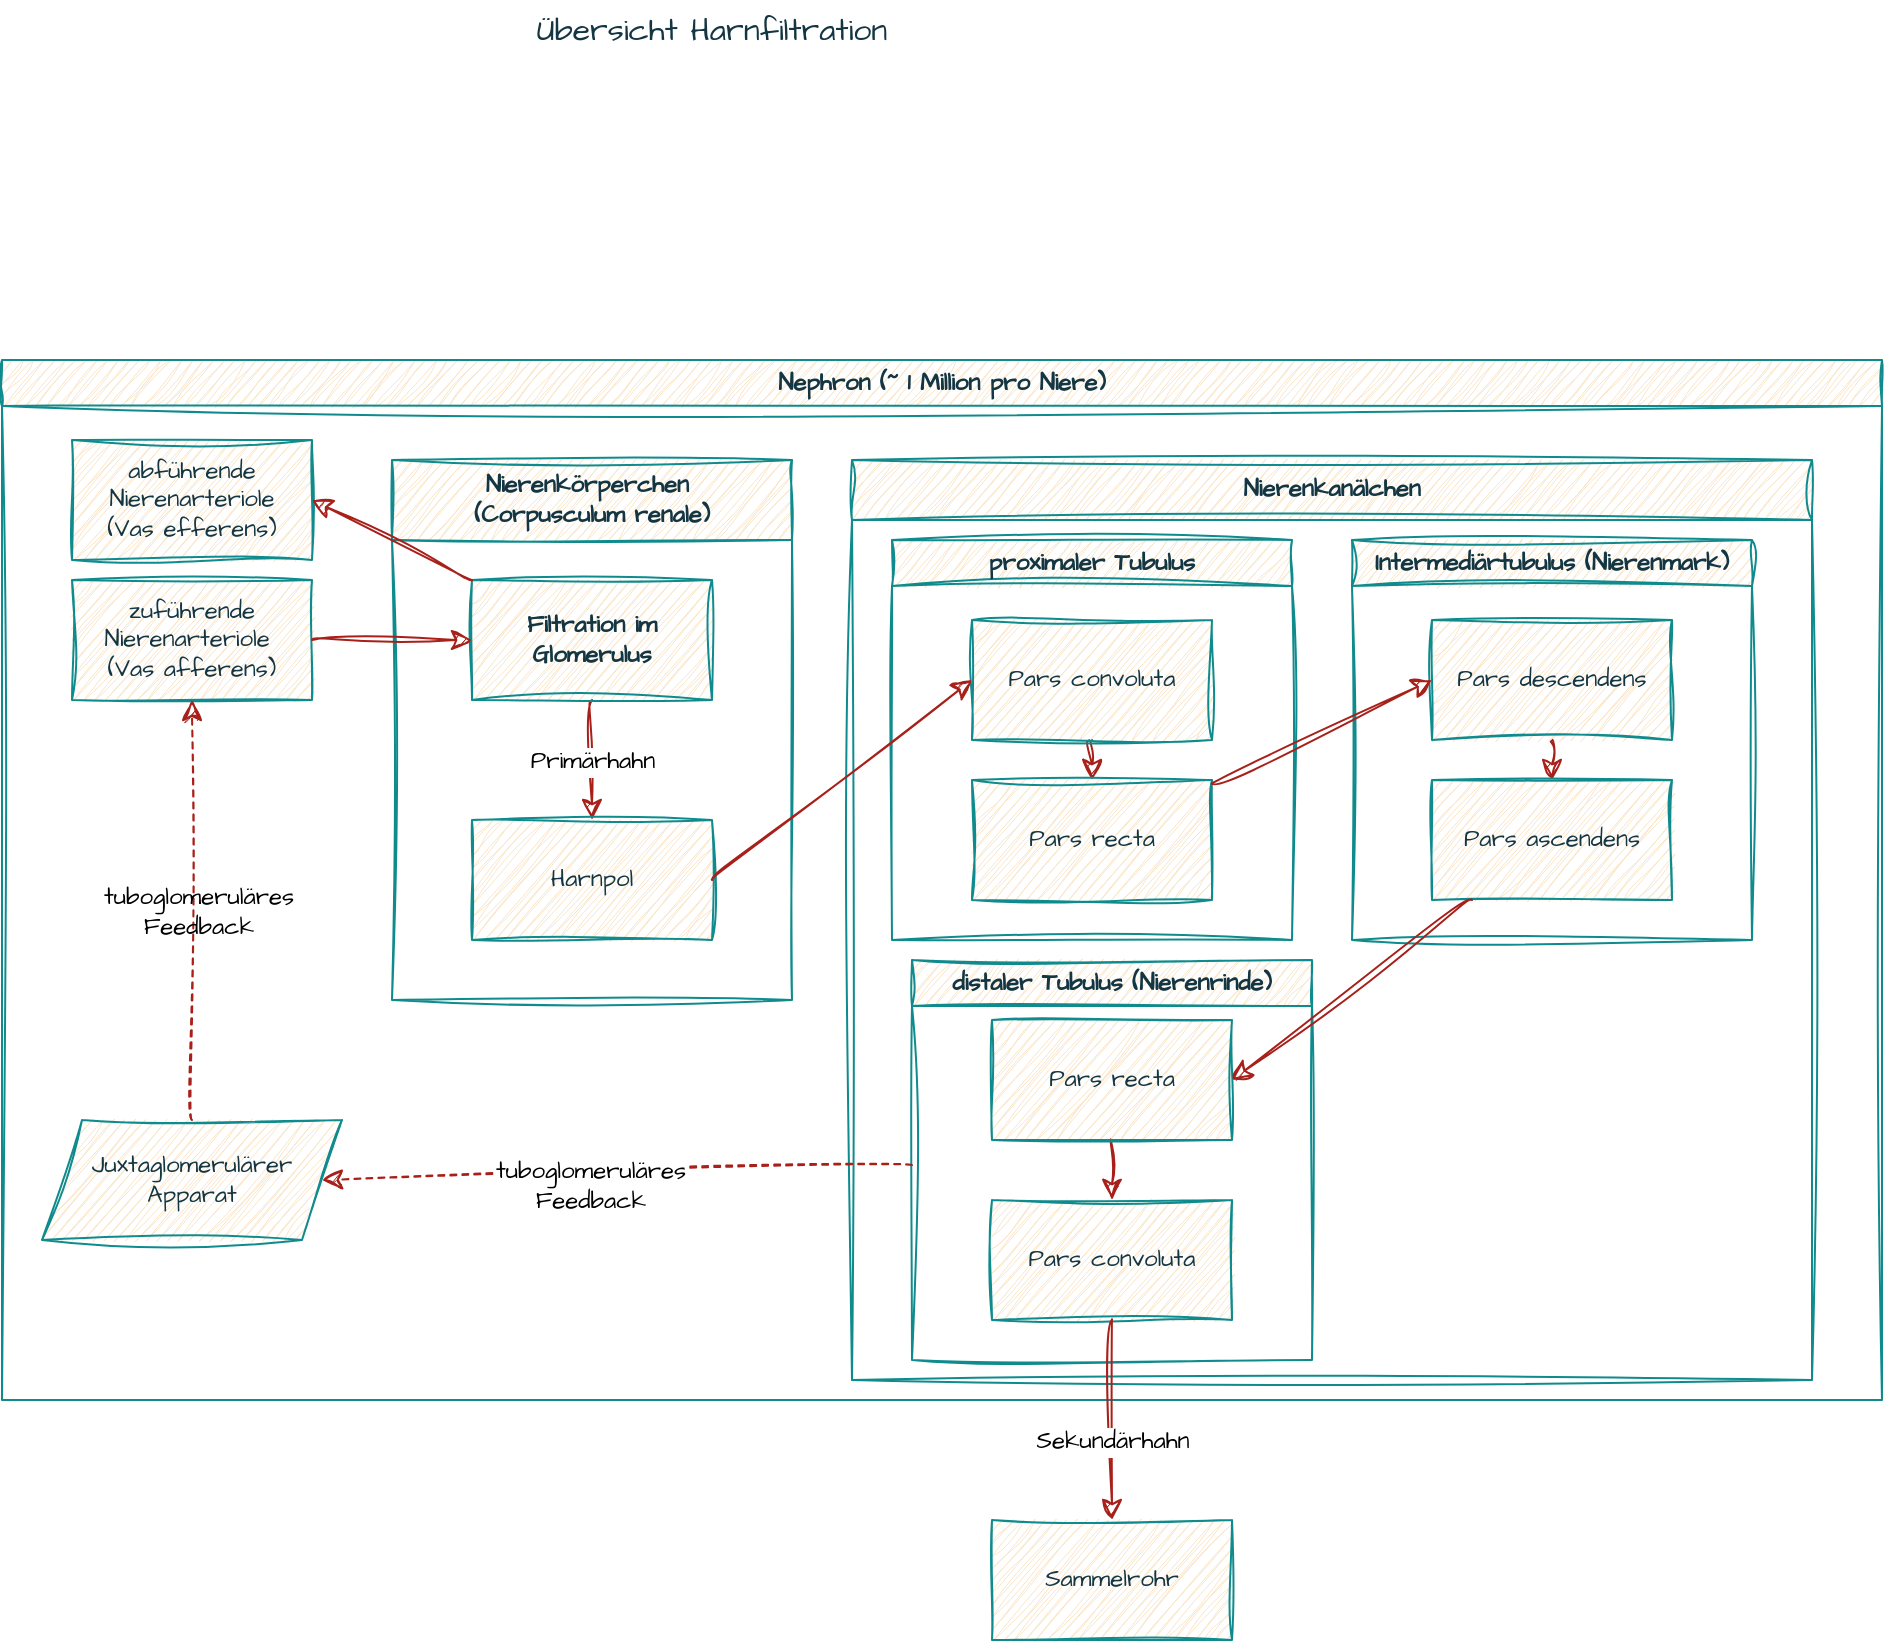
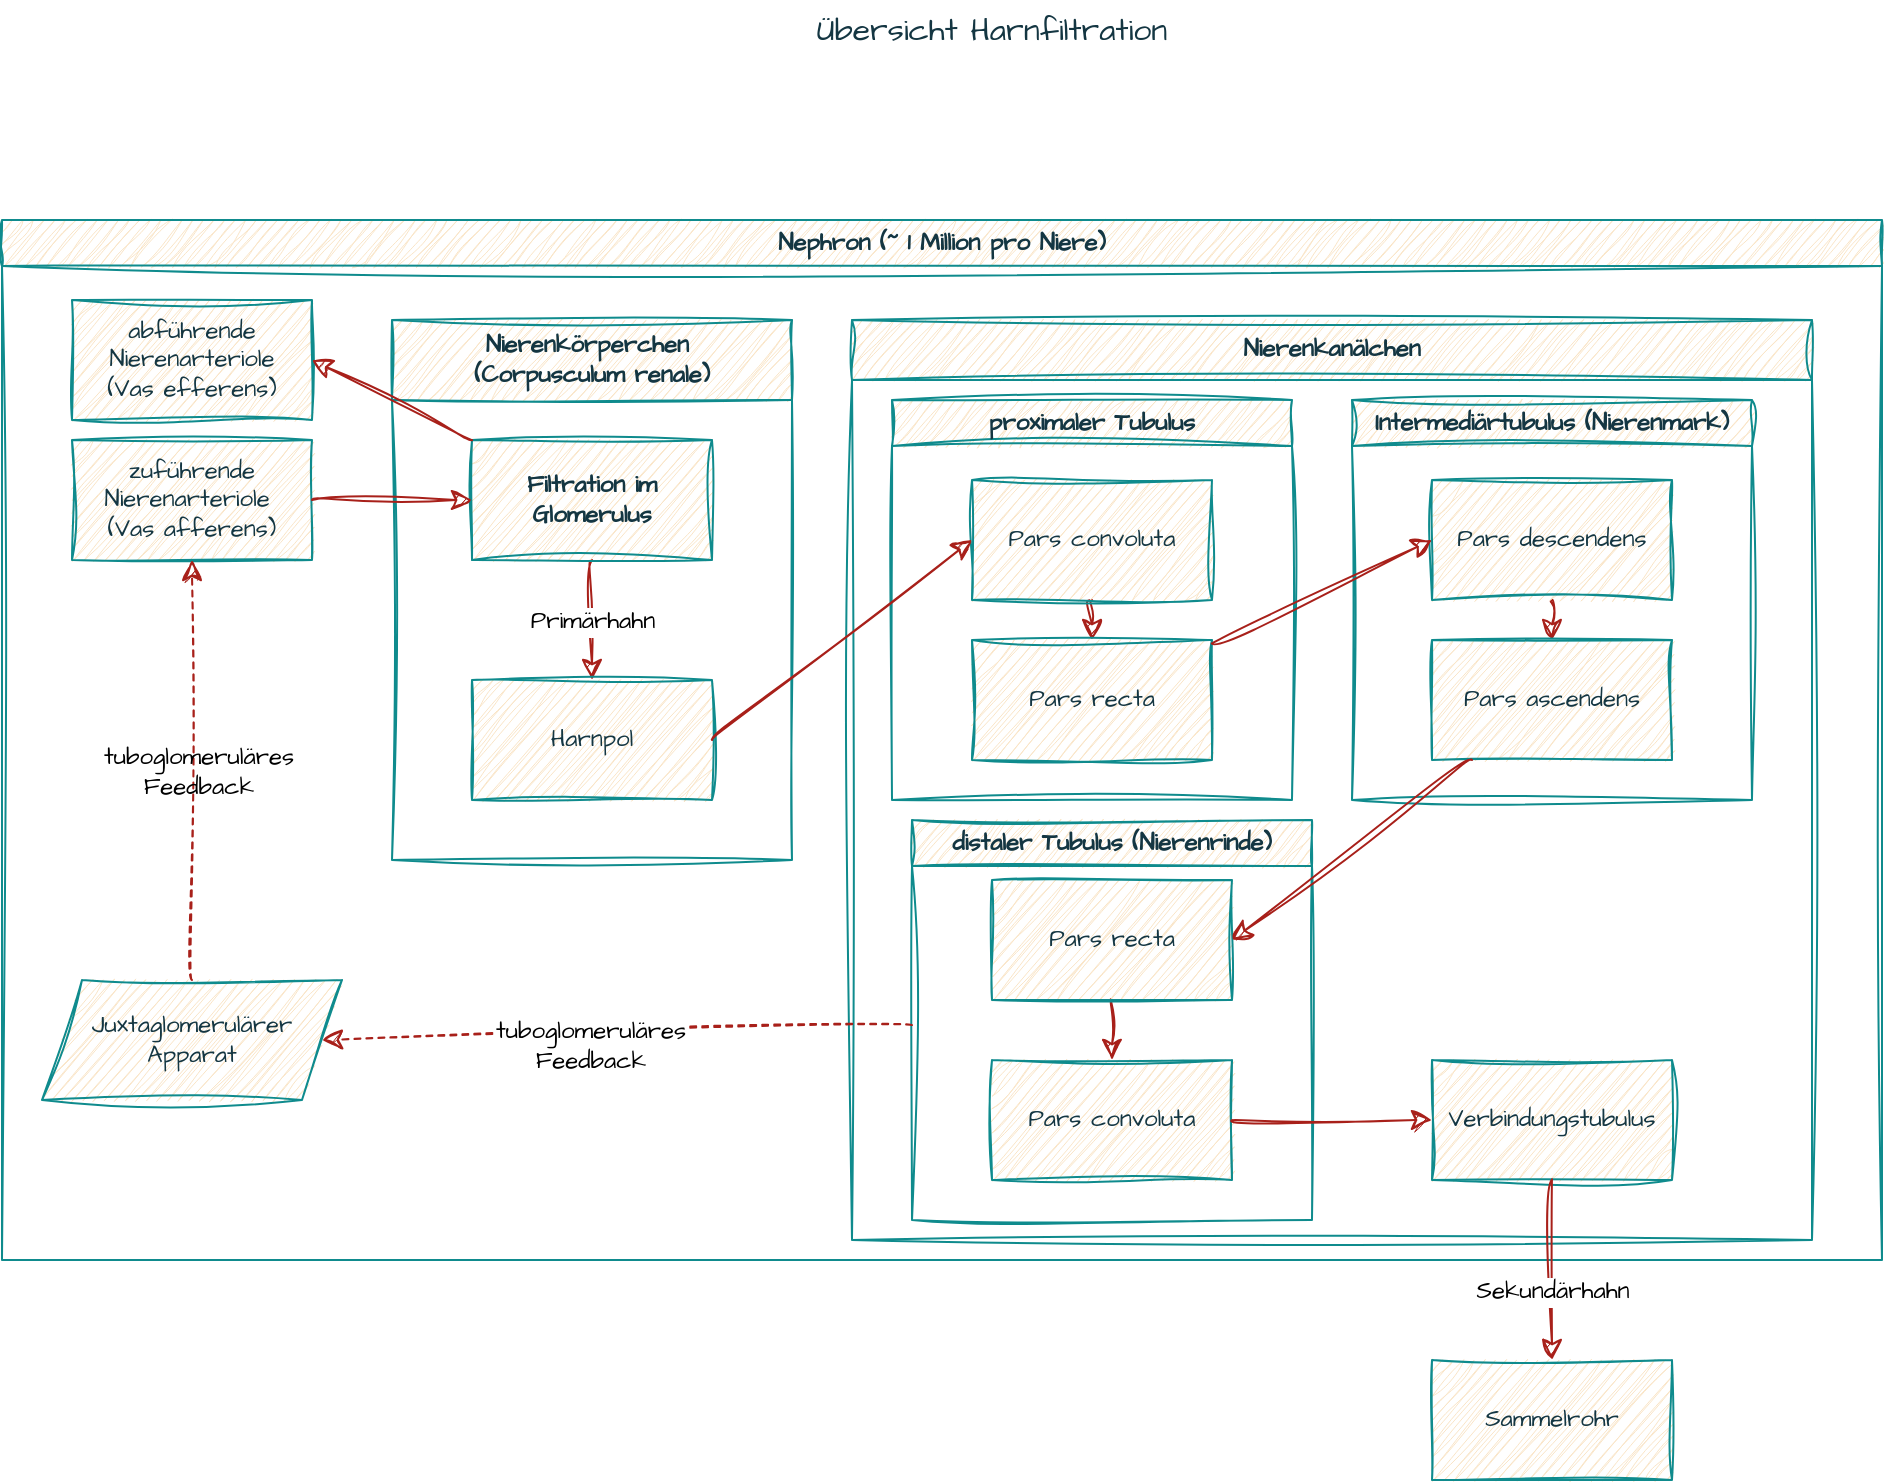
<mxfile host="app.diagrams.net">
  <diagram name="Seite-1" id="I6eGOou8YdSy6Y1GKJWq">
-     <mxGraphModel dx="1208" dy="801" grid="1" gridSize="10" guides="1" tooltips="1" connect="1" arrows="1" fold="1" page="1" pageScale="1" pageWidth="1169" pageHeight="1169" math="0" shadow="0">
+     <mxGraphModel dx="1268" dy="851" grid="1" gridSize="10" guides="1" tooltips="1" connect="1" arrows="1" fold="1" page="1" pageScale="1" pageWidth="1169" pageHeight="1169" math="0" shadow="0">
      <root>
        <mxCell id="0" />
        <mxCell id="1" parent="0" />
        <mxCell id="ACUqaqOt_2HUggqEhYgN-1" parent="1" style="text;html=1;whiteSpace=wrap;strokeColor=none;fillColor=none;align=center;verticalAlign=middle;rounded=0;fontSize=16;fontFamily=Architects Daughter;fontSource=https%3A%2F%2Ffonts.googleapis.com%2Fcss%3Ffamily%3DArchitects%2BDaughter;sketch=1;curveFitting=1;jiggle=2;labelBackgroundColor=none;fontColor=#143642;" value="Übersicht Harnfiltration" vertex="1">
-           <mxGeometry height="30" width="210" x="270" y="30" as="geometry" />
+           <mxGeometry height="30" width="210" x="410" y="100" as="geometry" />
        </mxCell>
        <mxCell id="ACUqaqOt_2HUggqEhYgN-5" parent="1" style="swimlane;whiteSpace=wrap;html=1;hachureGap=4;fontFamily=Architects Daughter;fontSource=https%3A%2F%2Ffonts.googleapis.com%2Fcss%3Ffamily%3DArchitects%2BDaughter;rounded=0;sketch=1;curveFitting=1;jiggle=2;labelBackgroundColor=none;fillColor=#FAE5C7;strokeColor=#0F8B8D;fontColor=#143642;" value="Nephron (~ 1 Million pro Niere)" vertex="1">
          <mxGeometry height="520" width="940" x="20" y="210" as="geometry" />
        </mxCell>
        <mxCell id="ACUqaqOt_2HUggqEhYgN-6" parent="ACUqaqOt_2HUggqEhYgN-5" style="swimlane;whiteSpace=wrap;html=1;hachureGap=4;fontFamily=Architects Daughter;fontSource=https%3A%2F%2Ffonts.googleapis.com%2Fcss%3Ffamily%3DArchitects%2BDaughter;startSize=40;rounded=0;sketch=1;curveFitting=1;jiggle=2;labelBackgroundColor=none;fillColor=#FAE5C7;strokeColor=#0F8B8D;fontColor=#143642;" value="Nierenkörperchen&amp;nbsp;&lt;br&gt;(Corpusculum renale)" vertex="1">
          <mxGeometry height="270" width="200" x="195" y="50" as="geometry" />
        </mxCell>
        <mxCell id="ACUqaqOt_2HUggqEhYgN-12" edge="1" parent="ACUqaqOt_2HUggqEhYgN-6" source="ACUqaqOt_2HUggqEhYgN-3" style="edgeStyle=none;curved=1;rounded=0;hachureGap=4;orthogonalLoop=1;jettySize=auto;html=1;fontFamily=Architects Daughter;fontSource=https%3A%2F%2Ffonts.googleapis.com%2Fcss%3Ffamily%3DArchitects%2BDaughter;fontSize=12;startSize=8;endSize=8;sketch=1;curveFitting=1;jiggle=2;labelBackgroundColor=none;strokeColor=#A8201A;fontColor=default;" target="ACUqaqOt_2HUggqEhYgN-11">
          <mxGeometry relative="1" as="geometry" />
        </mxCell>
        <mxCell id="ACUqaqOt_2HUggqEhYgN-13" connectable="0" parent="ACUqaqOt_2HUggqEhYgN-12" style="edgeLabel;html=1;align=center;verticalAlign=middle;resizable=0;points=[];fontSize=12;hachureGap=4;fontFamily=Architects Daughter;fontSource=https%3A%2F%2Ffonts.googleapis.com%2Fcss%3Ffamily%3DArchitects%2BDaughter;rounded=0;sketch=1;curveFitting=1;jiggle=2;" value="Primärhahn" vertex="1">
          <mxGeometry relative="1" x="-0.4056" y="-1" as="geometry">
            <mxPoint x="1" y="13" as="offset" />
          </mxGeometry>
        </mxCell>
        <mxCell id="ACUqaqOt_2HUggqEhYgN-3" parent="ACUqaqOt_2HUggqEhYgN-6" style="whiteSpace=wrap;html=1;hachureGap=4;fontFamily=Architects Daughter;fontSource=https%3A%2F%2Ffonts.googleapis.com%2Fcss%3Ffamily%3DArchitects%2BDaughter;fontStyle=1;rounded=0;sketch=1;curveFitting=1;jiggle=2;labelBackgroundColor=none;fillColor=#FAE5C7;strokeColor=#0F8B8D;fontColor=#143642;" value="Filtration im Glomerulus" vertex="1">
          <mxGeometry height="60" width="120" x="40" y="60" as="geometry" />
        </mxCell>
        <mxCell id="ACUqaqOt_2HUggqEhYgN-11" parent="ACUqaqOt_2HUggqEhYgN-6" style="whiteSpace=wrap;html=1;hachureGap=4;fontFamily=Architects Daughter;fontSource=https%3A%2F%2Ffonts.googleapis.com%2Fcss%3Ffamily%3DArchitects%2BDaughter;rounded=0;sketch=1;curveFitting=1;jiggle=2;labelBackgroundColor=none;fillColor=#FAE5C7;strokeColor=#0F8B8D;fontColor=#143642;" value="Harnpol" vertex="1">
          <mxGeometry height="60" width="120" x="40" y="180" as="geometry" />
        </mxCell>
        <mxCell id="ACUqaqOt_2HUggqEhYgN-2" parent="ACUqaqOt_2HUggqEhYgN-5" style="rounded=0;whiteSpace=wrap;html=1;hachureGap=4;fontFamily=Architects Daughter;fontSource=https%3A%2F%2Ffonts.googleapis.com%2Fcss%3Ffamily%3DArchitects%2BDaughter;sketch=1;curveFitting=1;jiggle=2;labelBackgroundColor=none;fillColor=#FAE5C7;strokeColor=#0F8B8D;fontColor=#143642;" value="zuführende Nierenarteriole&amp;nbsp;&lt;br&gt;(Vas afferens)" vertex="1">
          <mxGeometry height="60" width="120" x="35" y="110" as="geometry" />
        </mxCell>
        <mxCell id="ACUqaqOt_2HUggqEhYgN-8" edge="1" parent="ACUqaqOt_2HUggqEhYgN-5" source="ACUqaqOt_2HUggqEhYgN-2" style="edgeStyle=none;curved=1;rounded=0;hachureGap=4;orthogonalLoop=1;jettySize=auto;html=1;entryX=0;entryY=0.5;entryDx=0;entryDy=0;fontFamily=Architects Daughter;fontSource=https%3A%2F%2Ffonts.googleapis.com%2Fcss%3Ffamily%3DArchitects%2BDaughter;fontSize=12;startSize=8;endSize=8;sketch=1;curveFitting=1;jiggle=2;labelBackgroundColor=none;strokeColor=#A8201A;fontColor=default;" target="ACUqaqOt_2HUggqEhYgN-3">
          <mxGeometry relative="1" as="geometry" />
        </mxCell>
        <mxCell id="ACUqaqOt_2HUggqEhYgN-36" edge="1" parent="ACUqaqOt_2HUggqEhYgN-5" source="ACUqaqOt_2HUggqEhYgN-33" style="edgeStyle=none;curved=1;rounded=0;hachureGap=4;orthogonalLoop=1;jettySize=auto;html=1;entryX=0.5;entryY=1;entryDx=0;entryDy=0;fontFamily=Architects Daughter;fontSource=https%3A%2F%2Ffonts.googleapis.com%2Fcss%3Ffamily%3DArchitects%2BDaughter;fontSize=12;startSize=8;endSize=8;dashed=1;sketch=1;curveFitting=1;jiggle=2;labelBackgroundColor=none;strokeColor=#A8201A;fontColor=default;" target="ACUqaqOt_2HUggqEhYgN-2">
          <mxGeometry relative="1" as="geometry" />
        </mxCell>
        <mxCell id="ACUqaqOt_2HUggqEhYgN-33" parent="ACUqaqOt_2HUggqEhYgN-5" style="shape=parallelogram;perimeter=parallelogramPerimeter;whiteSpace=wrap;html=1;fixedSize=1;hachureGap=4;fontFamily=Architects Daughter;fontSource=https%3A%2F%2Ffonts.googleapis.com%2Fcss%3Ffamily%3DArchitects%2BDaughter;rounded=0;sketch=1;curveFitting=1;jiggle=2;labelBackgroundColor=none;fillColor=#FAE5C7;strokeColor=#0F8B8D;fontColor=#143642;" value="Juxtaglomerulärer&lt;br&gt;Apparat" vertex="1">
          <mxGeometry height="60" width="150" x="20" y="380" as="geometry" />
        </mxCell>
        <mxCell id="ACUqaqOt_2HUggqEhYgN-9" parent="ACUqaqOt_2HUggqEhYgN-5" style="whiteSpace=wrap;html=1;hachureGap=4;fontFamily=Architects Daughter;fontSource=https%3A%2F%2Ffonts.googleapis.com%2Fcss%3Ffamily%3DArchitects%2BDaughter;rounded=0;sketch=1;curveFitting=1;jiggle=2;labelBackgroundColor=none;fillColor=#FAE5C7;strokeColor=#0F8B8D;fontColor=#143642;" value="&lt;div&gt;abführende Nierenarteriole&lt;/div&gt;(Vas efferens)" vertex="1">
          <mxGeometry height="60" width="120" x="35" y="40" as="geometry" />
        </mxCell>
        <mxCell id="ACUqaqOt_2HUggqEhYgN-10" edge="1" parent="ACUqaqOt_2HUggqEhYgN-5" source="ACUqaqOt_2HUggqEhYgN-3" style="edgeStyle=none;curved=1;rounded=0;hachureGap=4;orthogonalLoop=1;jettySize=auto;html=1;entryX=1;entryY=0.5;entryDx=0;entryDy=0;fontFamily=Architects Daughter;fontSource=https%3A%2F%2Ffonts.googleapis.com%2Fcss%3Ffamily%3DArchitects%2BDaughter;fontSize=12;startSize=8;endSize=8;sketch=1;curveFitting=1;jiggle=2;labelBackgroundColor=none;strokeColor=#A8201A;fontColor=default;" target="ACUqaqOt_2HUggqEhYgN-9">
          <mxGeometry relative="1" as="geometry" />
        </mxCell>
        <mxCell id="ACUqaqOt_2HUggqEhYgN-7" parent="ACUqaqOt_2HUggqEhYgN-5" style="swimlane;whiteSpace=wrap;html=1;hachureGap=4;fontFamily=Architects Daughter;fontSource=https://fonts.googleapis.com/css?family=Architects+Daughter;startSize=30;rounded=0;sketch=1;curveFitting=1;jiggle=2;labelBackgroundColor=none;fillColor=#FAE5C7;strokeColor=#0F8B8D;fontColor=#143642;" value="Nierenkanälchen" vertex="1">
          <mxGeometry height="460" width="480" x="425" y="50" as="geometry" />
        </mxCell>
        <mxCell id="ACUqaqOt_2HUggqEhYgN-15" parent="ACUqaqOt_2HUggqEhYgN-7" style="swimlane;whiteSpace=wrap;html=1;hachureGap=4;fontFamily=Architects Daughter;fontSource=https%3A%2F%2Ffonts.googleapis.com%2Fcss%3Ffamily%3DArchitects%2BDaughter;rounded=0;sketch=1;curveFitting=1;jiggle=2;labelBackgroundColor=none;fillColor=#FAE5C7;strokeColor=#0F8B8D;fontColor=#143642;" value="proximaler Tubulus" vertex="1">
          <mxGeometry height="200" width="200" x="20" y="40" as="geometry" />
        </mxCell>
        <mxCell id="ACUqaqOt_2HUggqEhYgN-22" edge="1" parent="ACUqaqOt_2HUggqEhYgN-15" source="ACUqaqOt_2HUggqEhYgN-16" style="edgeStyle=none;curved=1;rounded=0;hachureGap=4;orthogonalLoop=1;jettySize=auto;html=1;fontFamily=Architects Daughter;fontSource=https%3A%2F%2Ffonts.googleapis.com%2Fcss%3Ffamily%3DArchitects%2BDaughter;fontSize=12;startSize=8;endSize=8;sketch=1;curveFitting=1;jiggle=2;labelBackgroundColor=none;strokeColor=#A8201A;fontColor=default;" target="ACUqaqOt_2HUggqEhYgN-17">
          <mxGeometry relative="1" as="geometry" />
        </mxCell>
        <mxCell id="ACUqaqOt_2HUggqEhYgN-16" parent="ACUqaqOt_2HUggqEhYgN-15" style="whiteSpace=wrap;html=1;hachureGap=4;fontFamily=Architects Daughter;fontSource=https%3A%2F%2Ffonts.googleapis.com%2Fcss%3Ffamily%3DArchitects%2BDaughter;rounded=0;sketch=1;curveFitting=1;jiggle=2;labelBackgroundColor=none;fillColor=#FAE5C7;strokeColor=#0F8B8D;fontColor=#143642;" value="Pars convoluta" vertex="1">
          <mxGeometry height="60" width="120" x="40" y="40" as="geometry" />
        </mxCell>
        <mxCell id="ACUqaqOt_2HUggqEhYgN-17" parent="ACUqaqOt_2HUggqEhYgN-15" style="whiteSpace=wrap;html=1;hachureGap=4;fontFamily=Architects Daughter;fontSource=https%3A%2F%2Ffonts.googleapis.com%2Fcss%3Ffamily%3DArchitects%2BDaughter;rounded=0;sketch=1;curveFitting=1;jiggle=2;labelBackgroundColor=none;fillColor=#FAE5C7;strokeColor=#0F8B8D;fontColor=#143642;" value="Pars recta" vertex="1">
          <mxGeometry height="60" width="120" x="40" y="120" as="geometry" />
        </mxCell>
        <mxCell id="ACUqaqOt_2HUggqEhYgN-18" parent="ACUqaqOt_2HUggqEhYgN-7" style="swimlane;whiteSpace=wrap;html=1;hachureGap=4;fontFamily=Architects Daughter;fontSource=https%3A%2F%2Ffonts.googleapis.com%2Fcss%3Ffamily%3DArchitects%2BDaughter;startSize=23;rounded=0;sketch=1;curveFitting=1;jiggle=2;labelBackgroundColor=none;fillColor=#FAE5C7;strokeColor=#0F8B8D;fontColor=#143642;" value="Intermediärtubulus (Nierenmark)" vertex="1">
          <mxGeometry height="200" width="200" x="250" y="40" as="geometry" />
        </mxCell>
        <mxCell id="ACUqaqOt_2HUggqEhYgN-24" edge="1" parent="ACUqaqOt_2HUggqEhYgN-18" source="ACUqaqOt_2HUggqEhYgN-19" style="edgeStyle=none;curved=1;rounded=0;hachureGap=4;orthogonalLoop=1;jettySize=auto;html=1;fontFamily=Architects Daughter;fontSource=https%3A%2F%2Ffonts.googleapis.com%2Fcss%3Ffamily%3DArchitects%2BDaughter;fontSize=12;startSize=8;endSize=8;sketch=1;curveFitting=1;jiggle=2;labelBackgroundColor=none;strokeColor=#A8201A;fontColor=default;" target="ACUqaqOt_2HUggqEhYgN-20">
          <mxGeometry relative="1" as="geometry" />
        </mxCell>
        <mxCell id="ACUqaqOt_2HUggqEhYgN-19" parent="ACUqaqOt_2HUggqEhYgN-18" style="whiteSpace=wrap;html=1;hachureGap=4;fontFamily=Architects Daughter;fontSource=https%3A%2F%2Ffonts.googleapis.com%2Fcss%3Ffamily%3DArchitects%2BDaughter;rounded=0;sketch=1;curveFitting=1;jiggle=2;labelBackgroundColor=none;fillColor=#FAE5C7;strokeColor=#0F8B8D;fontColor=#143642;" value="Pars descendens" vertex="1">
          <mxGeometry height="60" width="120" x="40" y="40" as="geometry" />
        </mxCell>
        <mxCell id="ACUqaqOt_2HUggqEhYgN-20" parent="ACUqaqOt_2HUggqEhYgN-18" style="whiteSpace=wrap;html=1;hachureGap=4;fontFamily=Architects Daughter;fontSource=https%3A%2F%2Ffonts.googleapis.com%2Fcss%3Ffamily%3DArchitects%2BDaughter;rounded=0;sketch=1;curveFitting=1;jiggle=2;labelBackgroundColor=none;fillColor=#FAE5C7;strokeColor=#0F8B8D;fontColor=#143642;" value="Pars ascendens" vertex="1">
          <mxGeometry height="60" width="120" x="40" y="120" as="geometry" />
        </mxCell>
        <mxCell id="ACUqaqOt_2HUggqEhYgN-23" edge="1" parent="ACUqaqOt_2HUggqEhYgN-7" source="ACUqaqOt_2HUggqEhYgN-17" style="edgeStyle=none;curved=1;rounded=0;hachureGap=4;orthogonalLoop=1;jettySize=auto;html=1;entryX=0;entryY=0.5;entryDx=0;entryDy=0;fontFamily=Architects Daughter;fontSource=https%3A%2F%2Ffonts.googleapis.com%2Fcss%3Ffamily%3DArchitects%2BDaughter;fontSize=12;startSize=8;endSize=8;sketch=1;curveFitting=1;jiggle=2;labelBackgroundColor=none;strokeColor=#A8201A;fontColor=default;" target="ACUqaqOt_2HUggqEhYgN-19">
          <mxGeometry relative="1" as="geometry" />
        </mxCell>
        <mxCell id="ACUqaqOt_2HUggqEhYgN-25" parent="ACUqaqOt_2HUggqEhYgN-7" style="swimlane;whiteSpace=wrap;html=1;hachureGap=4;fontFamily=Architects Daughter;fontSource=https%3A%2F%2Ffonts.googleapis.com%2Fcss%3Ffamily%3DArchitects%2BDaughter;rounded=0;sketch=1;curveFitting=1;jiggle=2;labelBackgroundColor=none;fillColor=#FAE5C7;strokeColor=#0F8B8D;fontColor=#143642;" value="distaler Tubulus (Nierenrinde)" vertex="1">
          <mxGeometry height="200" width="200" x="30" y="250" as="geometry" />
        </mxCell>
        <mxCell id="ACUqaqOt_2HUggqEhYgN-29" edge="1" parent="ACUqaqOt_2HUggqEhYgN-25" source="ACUqaqOt_2HUggqEhYgN-26" style="edgeStyle=none;curved=1;rounded=0;hachureGap=4;orthogonalLoop=1;jettySize=auto;html=1;fontFamily=Architects Daughter;fontSource=https%3A%2F%2Ffonts.googleapis.com%2Fcss%3Ffamily%3DArchitects%2BDaughter;fontSize=12;startSize=8;endSize=8;sketch=1;curveFitting=1;jiggle=2;labelBackgroundColor=none;strokeColor=#A8201A;fontColor=default;" target="ACUqaqOt_2HUggqEhYgN-28">
          <mxGeometry relative="1" as="geometry" />
        </mxCell>
        <mxCell id="ACUqaqOt_2HUggqEhYgN-26" parent="ACUqaqOt_2HUggqEhYgN-25" style="whiteSpace=wrap;html=1;hachureGap=4;fontFamily=Architects Daughter;fontSource=https%3A%2F%2Ffonts.googleapis.com%2Fcss%3Ffamily%3DArchitects%2BDaughter;rounded=0;sketch=1;curveFitting=1;jiggle=2;labelBackgroundColor=none;fillColor=#FAE5C7;strokeColor=#0F8B8D;fontColor=#143642;" value="Pars recta" vertex="1">
          <mxGeometry height="60" width="120" x="40" y="30" as="geometry" />
        </mxCell>
        <mxCell id="ACUqaqOt_2HUggqEhYgN-28" parent="ACUqaqOt_2HUggqEhYgN-25" style="whiteSpace=wrap;html=1;hachureGap=4;fontFamily=Architects Daughter;fontSource=https%3A%2F%2Ffonts.googleapis.com%2Fcss%3Ffamily%3DArchitects%2BDaughter;rounded=0;sketch=1;curveFitting=1;jiggle=2;labelBackgroundColor=none;fillColor=#FAE5C7;strokeColor=#0F8B8D;fontColor=#143642;" value="Pars convoluta" vertex="1">
          <mxGeometry height="60" width="120" x="40" y="120" as="geometry" />
        </mxCell>
        <mxCell id="ACUqaqOt_2HUggqEhYgN-31" edge="1" parent="ACUqaqOt_2HUggqEhYgN-7" source="ACUqaqOt_2HUggqEhYgN-20" style="edgeStyle=none;curved=1;rounded=0;hachureGap=4;orthogonalLoop=1;jettySize=auto;html=1;entryX=1;entryY=0.5;entryDx=0;entryDy=0;fontFamily=Architects Daughter;fontSource=https%3A%2F%2Ffonts.googleapis.com%2Fcss%3Ffamily%3DArchitects%2BDaughter;fontSize=12;startSize=8;endSize=8;sketch=1;curveFitting=1;jiggle=2;labelBackgroundColor=none;strokeColor=#A8201A;fontColor=default;" target="ACUqaqOt_2HUggqEhYgN-26">
          <mxGeometry relative="1" as="geometry" />
        </mxCell>
+         <mxCell id="0LZVvytq-rLaX6Ikg80r-2" parent="ACUqaqOt_2HUggqEhYgN-7" style="whiteSpace=wrap;html=1;sketch=1;hachureGap=4;jiggle=2;curveFitting=1;strokeColor=#0F8B8D;fontFamily=Architects Daughter;fontSource=https%3A%2F%2Ffonts.googleapis.com%2Fcss%3Ffamily%3DArchitects%2BDaughter;fontColor=#143642;fillColor=#FAE5C7;" value="Verbindungstubulus" vertex="1">
+           <mxGeometry height="60" width="120" x="290" y="370" as="geometry" />
+         </mxCell>
+         <mxCell id="0LZVvytq-rLaX6Ikg80r-3" edge="1" parent="ACUqaqOt_2HUggqEhYgN-7" source="ACUqaqOt_2HUggqEhYgN-28" style="edgeStyle=none;curved=1;rounded=0;sketch=1;hachureGap=4;jiggle=2;curveFitting=1;orthogonalLoop=1;jettySize=auto;html=1;strokeColor=#A8201A;fontFamily=Architects Daughter;fontSource=https%3A%2F%2Ffonts.googleapis.com%2Fcss%3Ffamily%3DArchitects%2BDaughter;fontSize=12;fontColor=#143642;startSize=8;endSize=8;fillColor=#FAE5C7;" target="0LZVvytq-rLaX6Ikg80r-2">
+           <mxGeometry relative="1" as="geometry" />
+         </mxCell>
        <mxCell id="ACUqaqOt_2HUggqEhYgN-21" edge="1" parent="ACUqaqOt_2HUggqEhYgN-5" source="ACUqaqOt_2HUggqEhYgN-11" style="edgeStyle=none;curved=1;rounded=0;hachureGap=4;orthogonalLoop=1;jettySize=auto;html=1;entryX=0;entryY=0.5;entryDx=0;entryDy=0;fontFamily=Architects Daughter;fontSource=https%3A%2F%2Ffonts.googleapis.com%2Fcss%3Ffamily%3DArchitects%2BDaughter;fontSize=12;startSize=8;endSize=8;exitX=1;exitY=0.5;exitDx=0;exitDy=0;sketch=1;curveFitting=1;jiggle=2;labelBackgroundColor=none;strokeColor=#A8201A;fontColor=default;" target="ACUqaqOt_2HUggqEhYgN-16">
          <mxGeometry relative="1" as="geometry" />
        </mxCell>
        <mxCell id="ACUqaqOt_2HUggqEhYgN-34" edge="1" parent="ACUqaqOt_2HUggqEhYgN-5" source="ACUqaqOt_2HUggqEhYgN-25" style="edgeStyle=none;curved=1;rounded=0;hachureGap=4;orthogonalLoop=1;jettySize=auto;html=1;entryX=1;entryY=0.5;entryDx=0;entryDy=0;fontFamily=Architects Daughter;fontSource=https%3A%2F%2Ffonts.googleapis.com%2Fcss%3Ffamily%3DArchitects%2BDaughter;fontSize=12;startSize=8;endSize=8;dashed=1;sketch=1;curveFitting=1;jiggle=2;labelBackgroundColor=none;strokeColor=#A8201A;fontColor=default;" target="ACUqaqOt_2HUggqEhYgN-33">
          <mxGeometry relative="1" as="geometry" />
        </mxCell>
        <mxCell id="ACUqaqOt_2HUggqEhYgN-40" connectable="0" parent="ACUqaqOt_2HUggqEhYgN-34" style="edgeLabel;html=1;align=center;verticalAlign=middle;resizable=0;points=[];fontSize=12;hachureGap=4;fontFamily=Architects Daughter;fontSource=https%3A%2F%2Ffonts.googleapis.com%2Fcss%3Ffamily%3DArchitects%2BDaughter;rounded=0;sketch=1;curveFitting=1;jiggle=2;" value="tuboglomeruläres&lt;br&gt;Feedback" vertex="1">
          <mxGeometry relative="1" x="0.0955" y="6" as="geometry">
            <mxPoint as="offset" />
          </mxGeometry>
        </mxCell>
        <mxCell id="ACUqaqOt_2HUggqEhYgN-41" connectable="0" parent="ACUqaqOt_2HUggqEhYgN-5" style="edgeLabel;html=1;align=center;verticalAlign=middle;resizable=0;points=[];fontSize=12;hachureGap=4;fontFamily=Architects Daughter;fontSource=https://fonts.googleapis.com/css?family=Architects+Daughter;rounded=0;sketch=1;curveFitting=1;jiggle=2;labelBackgroundColor=none;" value="tuboglomeruläres&lt;br&gt;Feedback" vertex="1">
          <mxGeometry x="30" y="270" as="geometry">
            <mxPoint x="68" y="6" as="offset" />
          </mxGeometry>
        </mxCell>
        <mxCell id="ACUqaqOt_2HUggqEhYgN-37" parent="1" style="whiteSpace=wrap;html=1;hachureGap=4;fontFamily=Architects Daughter;fontSource=https%3A%2F%2Ffonts.googleapis.com%2Fcss%3Ffamily%3DArchitects%2BDaughter;rounded=0;sketch=1;curveFitting=1;jiggle=2;labelBackgroundColor=none;fillColor=#FAE5C7;strokeColor=#0F8B8D;fontColor=#143642;" value="Sammelrohr" vertex="1">
-           <mxGeometry height="60" width="120" x="515" y="790" as="geometry" />
+           <mxGeometry height="60" width="120" x="735" y="780" as="geometry" />
        </mxCell>
-         <mxCell id="ACUqaqOt_2HUggqEhYgN-38" edge="1" parent="1" source="ACUqaqOt_2HUggqEhYgN-28" style="edgeStyle=none;curved=1;rounded=0;hachureGap=4;orthogonalLoop=1;jettySize=auto;html=1;fontFamily=Architects Daughter;fontSource=https%3A%2F%2Ffonts.googleapis.com%2Fcss%3Ffamily%3DArchitects%2BDaughter;fontSize=12;startSize=8;endSize=8;sketch=1;curveFitting=1;jiggle=2;labelBackgroundColor=none;strokeColor=#A8201A;fontColor=default;" target="ACUqaqOt_2HUggqEhYgN-37">
+         <mxCell id="ACUqaqOt_2HUggqEhYgN-38" edge="1" parent="1" source="0LZVvytq-rLaX6Ikg80r-2" style="edgeStyle=none;curved=1;rounded=0;hachureGap=4;orthogonalLoop=1;jettySize=auto;html=1;fontFamily=Architects Daughter;fontSource=https%3A%2F%2Ffonts.googleapis.com%2Fcss%3Ffamily%3DArchitects%2BDaughter;fontSize=12;startSize=8;endSize=8;sketch=1;curveFitting=1;jiggle=2;labelBackgroundColor=none;strokeColor=#A8201A;fontColor=default;exitX=0.5;exitY=1;exitDx=0;exitDy=0;" target="ACUqaqOt_2HUggqEhYgN-37">
          <mxGeometry relative="1" as="geometry" />
        </mxCell>
        <mxCell id="ACUqaqOt_2HUggqEhYgN-39" connectable="0" parent="ACUqaqOt_2HUggqEhYgN-38" style="edgeLabel;html=1;align=center;verticalAlign=middle;resizable=0;points=[];fontSize=12;hachureGap=4;fontFamily=Architects Daughter;fontSource=https%3A%2F%2Ffonts.googleapis.com%2Fcss%3Ffamily%3DArchitects%2BDaughter;rounded=0;sketch=1;curveFitting=1;jiggle=2;" value="Sekundärhahn" vertex="1">
          <mxGeometry relative="1" x="0.0426" y="1" as="geometry">
            <mxPoint x="-1" y="9" as="offset" />
          </mxGeometry>
        </mxCell>
      </root>
    </mxGraphModel>
  </diagram>
</mxfile>
